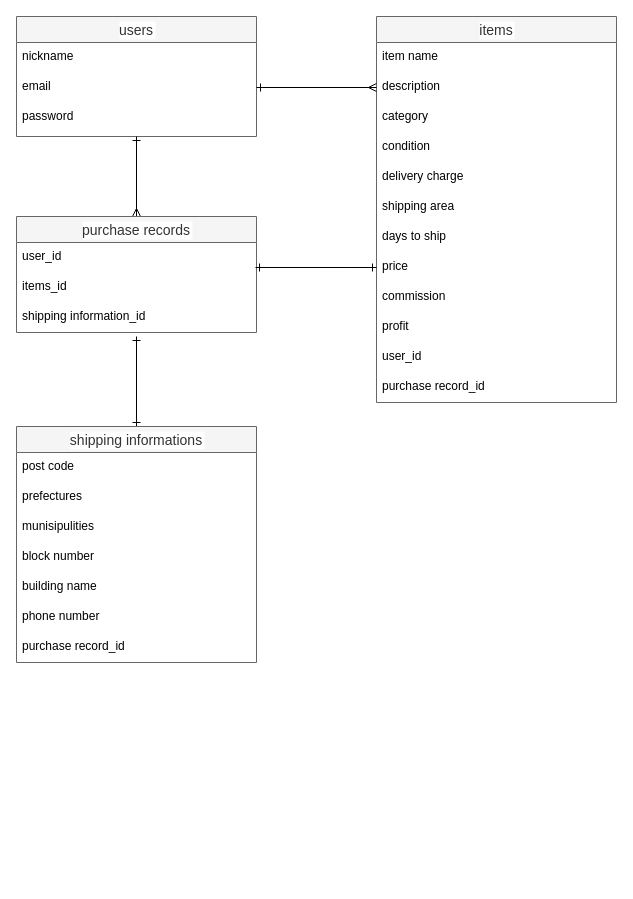
This is furima.dio from m-nkmr1205/furima-37679, a draw.io file, before an edit. Source tidied: cells renumbered, new cells numbered last; positions are measured from the earlier drawing's top-left corner, leaving out a move shared by most shapes. Both pictures are drawn from the tidied source at 100%, with x=0, y=0 at pixel (16, 16).
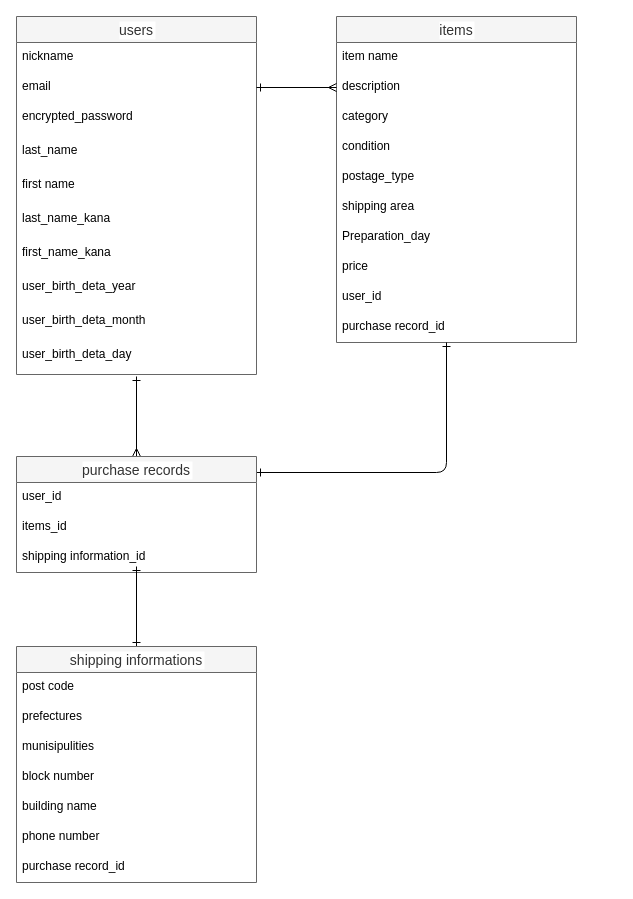
The same diagram, later.

Commit message (it also covers changes not shown here):
テーブル設計の修正

Unchanged cells that the change refers to:
```xml
<mxCell id="14" value="price" style="text;strokeColor=none;fillColor=none;spacingLeft=4;spacingRight=4;overflow=hidden;points=[[0,0.5],[1,0.5]];portConstraint=eastwest;fontSize=12;" parent="6" vertex="1">
  <mxGeometry y="236" width="240" height="30" as="geometry" />
</mxCell>
<mxCell id="21" value="user_id" style="text;strokeColor=none;fillColor=none;spacingLeft=4;spacingRight=4;overflow=hidden;points=[[0,0.5],[1,0.5]];portConstraint=eastwest;fontSize=12;" parent="20" vertex="1">
  <mxGeometry y="26" width="240" height="30" as="geometry" />
</mxCell>
```

What changed in the source:
```diff
@@
     <mxCell id="2" value="users" style="swimlane;fontStyle=0;horizontal=1;startSize=26;align=center;fontSize=14;fillColor=#f5f5f5;fontColor=#333333;strokeColor=#666666;labelBackgroundColor=#FFFFFF;" parent="1" vertex="1">
-      <mxGeometry width="240" height="120" as="geometry" />
+      <mxGeometry width="240" height="358" as="geometry" />
     </mxCell>
@@
-    <mxCell id="5" value="password" style="text;strokeColor=none;fillColor=none;spacingLeft=4;spacingRight=4;overflow=hidden;fontSize=12;" parent="2" vertex="1">
-      <mxGeometry y="86" width="240" height="34" as="geometry" />
-    </mxCell>
+    <mxCell id="35" value="encrypted_password" style="text;strokeColor=none;fillColor=none;spacingLeft=4;spacingRight=4;overflow=hidden;fontSize=12;" parent="2" vertex="1">
+      <mxGeometry y="86" width="240" height="34" as="geometry" />
+    </mxCell>
+    <mxCell id="36" value="last_name" style="text;strokeColor=none;fillColor=none;spacingLeft=4;spacingRight=4;overflow=hidden;fontSize=12;" parent="2" vertex="1">
+      <mxGeometry y="120" width="240" height="34" as="geometry" />
+    </mxCell>
+    <mxCell id="37" value="first name" style="text;strokeColor=none;fillColor=none;spacingLeft=4;spacingRight=4;overflow=hidden;fontSize=12;" parent="2" vertex="1">
+      <mxGeometry y="154" width="240" height="34" as="geometry" />
+    </mxCell>
+    <mxCell id="38" value="last_name_kana" style="text;strokeColor=none;fillColor=none;spacingLeft=4;spacingRight=4;overflow=hidden;fontSize=12;" parent="2" vertex="1">
+      <mxGeometry y="188" width="240" height="34" as="geometry" />
+    </mxCell>
+    <mxCell id="39" value="first_name_kana" style="text;strokeColor=none;fillColor=none;spacingLeft=4;spacingRight=4;overflow=hidden;fontSize=12;" parent="2" vertex="1">
+      <mxGeometry y="222" width="240" height="34" as="geometry" />
+    </mxCell>
+    <mxCell id="40" value="user_birth_deta_year&#10;" style="text;strokeColor=none;fillColor=none;spacingLeft=4;spacingRight=4;overflow=hidden;fontSize=12;" parent="2" vertex="1">
+      <mxGeometry y="256" width="240" height="34" as="geometry" />
+    </mxCell>
+    <mxCell id="41" value="user_birth_deta_month" style="text;strokeColor=none;fillColor=none;spacingLeft=4;spacingRight=4;overflow=hidden;fontSize=12;" parent="2" vertex="1">
+      <mxGeometry y="290" width="240" height="34" as="geometry" />
+    </mxCell>
+    <mxCell id="42" value="user_birth_deta_day" style="text;strokeColor=none;fillColor=none;spacingLeft=4;spacingRight=4;overflow=hidden;fontSize=12;" parent="2" vertex="1">
+      <mxGeometry y="324" width="240" height="34" as="geometry" />
+    </mxCell>
     <mxCell id="6" value="items" style="swimlane;fontStyle=0;horizontal=1;startSize=26;align=center;fontSize=14;fillColor=#f5f5f5;fontColor=#333333;strokeColor=#666666;labelBackgroundColor=#FFFFFF;labelBorderColor=none;" parent="1" vertex="1">
-      <mxGeometry x="360" width="240" height="386" as="geometry" />
+      <mxGeometry x="320" width="240" height="326" as="geometry" />
     </mxCell>
@@
-    <mxCell id="11" value="delivery charge" style="text;strokeColor=none;fillColor=none;spacingLeft=4;spacingRight=4;overflow=hidden;fontSize=12;" parent="6" vertex="1">
+    <mxCell id="11" value="postage_type" style="text;strokeColor=none;fillColor=none;spacingLeft=4;spacingRight=4;overflow=hidden;fontSize=12;" parent="6" vertex="1">
       <mxGeometry y="146" width="240" height="30" as="geometry" />
     </mxCell>
@@
-    <mxCell id="13" value="days to ship" style="text;strokeColor=none;fillColor=none;spacingLeft=4;spacingRight=4;overflow=hidden;fontSize=12;" parent="6" vertex="1">
+    <mxCell id="13" value="Preparation_day" style="text;strokeColor=none;fillColor=none;spacingLeft=4;spacingRight=4;overflow=hidden;fontSize=12;" parent="6" vertex="1">
       <mxGeometry y="206" width="240" height="30" as="geometry" />
     </mxCell>
@@
-    <mxCell id="15" value="commission" style="text;strokeColor=none;fillColor=none;spacingLeft=4;spacingRight=4;overflow=hidden;fontSize=12;" parent="6" vertex="1">
-      <mxGeometry y="266" width="240" height="30" as="geometry" />
-    </mxCell>
-    <mxCell id="16" value="profit" style="text;strokeColor=none;fillColor=none;spacingLeft=4;spacingRight=4;overflow=hidden;fontSize=12;" parent="6" vertex="1">
-      <mxGeometry y="296" width="240" height="30" as="geometry" />
-    </mxCell>
     <mxCell id="17" value="user_id" style="text;strokeColor=none;fillColor=none;spacingLeft=4;spacingRight=4;overflow=hidden;fontSize=12;" parent="6" vertex="1">
-      <mxGeometry y="326" width="240" height="30" as="geometry" />
+      <mxGeometry y="266" width="240" height="30" as="geometry" />
     </mxCell>
     <mxCell id="18" value="purchase record_id" style="text;strokeColor=none;fillColor=none;spacingLeft=4;spacingRight=4;overflow=hidden;fontSize=12;" parent="6" vertex="1">
-      <mxGeometry y="356" width="240" height="30" as="geometry" />
+      <mxGeometry y="296" width="240" height="30" as="geometry" />
     </mxCell>
+    <mxCell id="43" style="edgeStyle=orthogonalEdgeStyle;html=1;fontColor=#FFFFFF;startArrow=ERone;startFill=0;endArrow=ERone;endFill=0;" parent="6" edge="1">
+      <mxGeometry relative="1" as="geometry">
+        <mxPoint x="-80" y="456" as="sourcePoint" />
+        <mxPoint x="110" y="326" as="targetPoint" />
+        <Array as="points">
+          <mxPoint x="110" y="456" />
+        </Array>
+      </mxGeometry>
+    </mxCell>
     <mxCell id="19" style="edgeStyle=none;jumpSize=6;html=1;exitX=0.5;exitY=0;exitDx=0;exitDy=0;startArrow=ERmany;startFill=0;endArrow=ERone;endFill=0;targetPerimeterSpacing=0;strokeWidth=1;" parent="1" edge="1" source="20">
       <mxGeometry relative="1" as="geometry">
-        <mxPoint x="120" y="120" as="targetPoint" />
+        <mxPoint x="120" y="360" as="targetPoint" />
       </mxGeometry>
     </mxCell>
     <mxCell id="20" value="purchase records" style="swimlane;fontStyle=0;horizontal=1;startSize=26;align=center;fontSize=14;fillColor=#f5f5f5;fontColor=#333333;strokeColor=#666666;labelBackgroundColor=#FFFFFF;" parent="1" vertex="1">
-      <mxGeometry y="200" width="240" height="116" as="geometry" />
+      <mxGeometry y="440" width="240" height="116" as="geometry" />
     </mxCell>
@@
     <mxCell id="24" style="edgeStyle=none;jumpSize=6;html=1;exitX=0.5;exitY=0;exitDx=0;exitDy=0;startArrow=ERone;startFill=0;endArrow=ERone;endFill=0;targetPerimeterSpacing=0;strokeWidth=1;" parent="1" edge="1" source="25">
       <mxGeometry relative="1" as="geometry">
-        <mxPoint x="120" y="320" as="targetPoint" />
+        <mxPoint x="120" y="550" as="targetPoint" />
       </mxGeometry>
     </mxCell>
     <mxCell id="25" value="shipping informations" style="swimlane;fontStyle=0;horizontal=1;startSize=26;align=center;fontSize=14;fillColor=#f5f5f5;fontColor=#333333;strokeColor=#666666;labelBackgroundColor=#FFFFFF;" parent="1" vertex="1">
-      <mxGeometry y="410" width="240" height="236" as="geometry" />
+      <mxGeometry y="630" width="240" height="236" as="geometry" />
     </mxCell>
@@
-    <mxCell id="34" style="edgeStyle=none;jumpSize=6;html=1;exitX=0;exitY=0.5;exitDx=0;exitDy=0;entryX=0.996;entryY=0.833;entryDx=0;entryDy=0;entryPerimeter=0;startArrow=ERone;startFill=0;endArrow=ERone;endFill=0;targetPerimeterSpacing=0;strokeWidth=1;" parent="1" edge="1" source="14" target="21">
-      <mxGeometry relative="1" as="geometry" />
-    </mxCell>
```
